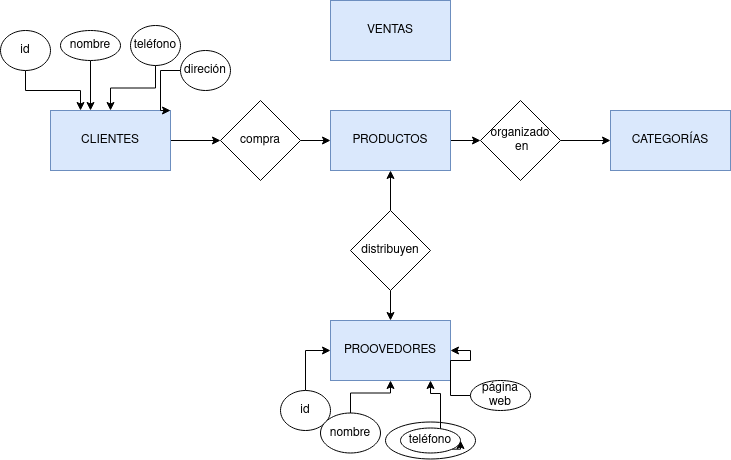
Earlier version of the draw.io export Unidad-1/Tareas/Tarea 1/Diagrama sin título.drawio.png (YoooKai/Base-de-Datos). Source tidied: cells renumbered, new cells last; positions are measured from the earlier drawing's top-left corner, leaving out a move shared by most shapes. The source it was exported from:
```xml
<mxGraphModel>
  <root>
    <mxCell id="0" />
    <mxCell id="1" parent="0" />
    <mxCell id="2" style="ellipse;whiteSpace=wrap;html=1;" parent="1" vertex="1">
      <mxGeometry x="385" y="421.5" width="90" height="37" as="geometry" />
    </mxCell>
    <mxCell id="3" style="edgeStyle=orthogonalEdgeStyle;rounded=0;jettySize=auto;html=1;" parent="1" edge="1" source="4" target="7">
      <mxGeometry relative="1" as="geometry" />
    </mxCell>
    <mxCell id="4" value="PRODUCTOS" style="rounded=0;whiteSpace=wrap;html=1;fillColor=#dae8fc;strokeColor=#6c8ebf;" parent="1" vertex="1">
      <mxGeometry x="330" y="110" width="120" height="60" as="geometry" />
    </mxCell>
    <mxCell id="5" value="VENTAS" style="rounded=0;whiteSpace=wrap;html=1;fillColor=#dae8fc;strokeColor=#6c8ebf;" parent="1" vertex="1">
      <mxGeometry x="330" width="120" height="60" as="geometry" />
    </mxCell>
    <mxCell id="6" style="edgeStyle=orthogonalEdgeStyle;rounded=0;jettySize=auto;html=1;" parent="1" edge="1" source="7" target="8">
      <mxGeometry relative="1" as="geometry" />
    </mxCell>
    <mxCell id="7" value="&lt;div&gt;organizado&lt;/div&gt;&lt;div&gt;&amp;nbsp;en&lt;/div&gt;" style="rhombus;whiteSpace=wrap;html=1;" parent="1" vertex="1">
      <mxGeometry x="480" y="100" width="80" height="80" as="geometry" />
    </mxCell>
    <mxCell id="8" value="CATEGORÍAS" style="rounded=0;whiteSpace=wrap;html=1;fillColor=#dae8fc;strokeColor=#6c8ebf;" parent="1" vertex="1">
      <mxGeometry x="610" y="110" width="120" height="60" as="geometry" />
    </mxCell>
    <mxCell id="9" style="edgeStyle=orthogonalEdgeStyle;rounded=0;jettySize=auto;html=1;" parent="1" edge="1" source="11" target="4">
      <mxGeometry relative="1" as="geometry" />
    </mxCell>
    <mxCell id="10" style="edgeStyle=orthogonalEdgeStyle;rounded=0;jettySize=auto;html=1;" parent="1" edge="1" source="11" target="12">
      <mxGeometry relative="1" as="geometry" />
    </mxCell>
    <mxCell id="11" value="distribuyen" style="rhombus;whiteSpace=wrap;html=1;" parent="1" vertex="1">
      <mxGeometry x="350" y="210" width="80" height="80" as="geometry" />
    </mxCell>
    <mxCell id="12" value="PROOVEDORES" style="rounded=0;whiteSpace=wrap;html=1;fillColor=#dae8fc;strokeColor=#6c8ebf;" parent="1" vertex="1">
      <mxGeometry x="330" y="320" width="120" height="60" as="geometry" />
    </mxCell>
    <mxCell id="13" style="edgeStyle=orthogonalEdgeStyle;rounded=0;jettySize=auto;html=1;" parent="1" edge="1" source="14" target="16">
      <mxGeometry relative="1" as="geometry" />
    </mxCell>
    <mxCell id="14" value="CLIENTES" style="rounded=0;whiteSpace=wrap;html=1;fillColor=#dae8fc;strokeColor=#6c8ebf;" parent="1" vertex="1">
      <mxGeometry x="50" y="110" width="120" height="60" as="geometry" />
    </mxCell>
    <mxCell id="15" style="edgeStyle=orthogonalEdgeStyle;rounded=0;jettySize=auto;html=1;" parent="1" edge="1" source="16" target="4">
      <mxGeometry relative="1" as="geometry" />
    </mxCell>
    <mxCell id="16" value="compra" style="rhombus;whiteSpace=wrap;html=1;" parent="1" vertex="1">
      <mxGeometry x="220" y="100" width="80" height="80" as="geometry" />
    </mxCell>
    <mxCell id="17" style="edgeStyle=orthogonalEdgeStyle;rounded=0;jettySize=auto;html=1;" parent="1" edge="1" source="18" target="14">
      <mxGeometry relative="1" as="geometry">
        <Array as="points">
          <mxPoint x="25" y="90" />
          <mxPoint x="80" y="90" />
        </Array>
      </mxGeometry>
    </mxCell>
    <mxCell id="18" value="id" style="ellipse;whiteSpace=wrap;html=1;" parent="1" vertex="1">
      <mxGeometry y="30" width="50" height="40" as="geometry" />
    </mxCell>
    <mxCell id="19" style="edgeStyle=orthogonalEdgeStyle;rounded=0;jettySize=auto;html=1;" parent="1" edge="1" source="20" target="14">
      <mxGeometry relative="1" as="geometry">
        <Array as="points">
          <mxPoint x="100" y="120" />
          <mxPoint x="100" y="120" />
        </Array>
      </mxGeometry>
    </mxCell>
    <mxCell id="20" value="nombre" style="ellipse;whiteSpace=wrap;html=1;" parent="1" vertex="1">
      <mxGeometry x="60" y="30" width="60" height="30" as="geometry" />
    </mxCell>
    <mxCell id="21" style="edgeStyle=orthogonalEdgeStyle;rounded=0;jettySize=auto;html=1;entryX=1;entryY=0;entryDx=0;entryDy=0;" parent="1" edge="1" source="22" target="14">
      <mxGeometry relative="1" as="geometry" />
    </mxCell>
    <mxCell id="22" value="direción" style="ellipse;whiteSpace=wrap;html=1;" parent="1" vertex="1">
      <mxGeometry x="180" y="50" width="50" height="40" as="geometry" />
    </mxCell>
    <mxCell id="23" style="edgeStyle=orthogonalEdgeStyle;rounded=0;jettySize=auto;html=1;" parent="1" edge="1" source="24" target="14">
      <mxGeometry relative="1" as="geometry" />
    </mxCell>
    <mxCell id="24" value="teléfono" style="ellipse;whiteSpace=wrap;html=1;" parent="1" vertex="1">
      <mxGeometry x="130" y="25" width="50" height="40" as="geometry" />
    </mxCell>
    <mxCell id="25" style="edgeStyle=orthogonalEdgeStyle;rounded=0;jettySize=auto;html=1;entryX=0;entryY=0.5;entryDx=0;entryDy=0;" parent="1" edge="1" source="26" target="12">
      <mxGeometry relative="1" as="geometry" />
    </mxCell>
    <mxCell id="26" value="id" style="ellipse;whiteSpace=wrap;html=1;" parent="1" vertex="1">
      <mxGeometry x="280" y="390" width="50" height="40" as="geometry" />
    </mxCell>
    <mxCell id="27" style="edgeStyle=orthogonalEdgeStyle;rounded=0;jettySize=auto;html=1;" parent="1" edge="1" source="28" target="12">
      <mxGeometry relative="1" as="geometry" />
    </mxCell>
    <mxCell id="28" value="nombre" style="ellipse;whiteSpace=wrap;html=1;" parent="1" vertex="1">
      <mxGeometry x="320" y="412.5" width="60" height="40" as="geometry" />
    </mxCell>
    <mxCell id="29" style="edgeStyle=orthogonalEdgeStyle;rounded=0;jettySize=auto;html=1;exitX=1;exitY=1;exitDx=0;exitDy=0;" parent="1" edge="1" source="31">
      <mxGeometry relative="1" as="geometry">
        <mxPoint x="460" y="440" as="targetPoint" />
      </mxGeometry>
    </mxCell>
    <mxCell id="30" style="edgeStyle=orthogonalEdgeStyle;rounded=0;jettySize=auto;html=1;" parent="1" edge="1" source="31" target="12">
      <mxGeometry relative="1" as="geometry">
        <Array as="points">
          <mxPoint x="440" y="393" />
          <mxPoint x="430" y="393" />
        </Array>
      </mxGeometry>
    </mxCell>
    <mxCell id="31" value="teléfono" style="ellipse;whiteSpace=wrap;html=1;" parent="1" vertex="1">
      <mxGeometry x="400" y="427.5" width="60" height="25" as="geometry" />
    </mxCell>
    <mxCell id="32" style="edgeStyle=orthogonalEdgeStyle;rounded=0;jettySize=auto;html=1;" parent="1" edge="1" source="33" target="12">
      <mxGeometry relative="1" as="geometry" />
    </mxCell>
    <mxCell id="33" value="página web" style="ellipse;whiteSpace=wrap;html=1;" parent="1" vertex="1">
      <mxGeometry x="470" y="380" width="60" height="30" as="geometry" />
    </mxCell>
  </root>
</mxGraphModel>
```
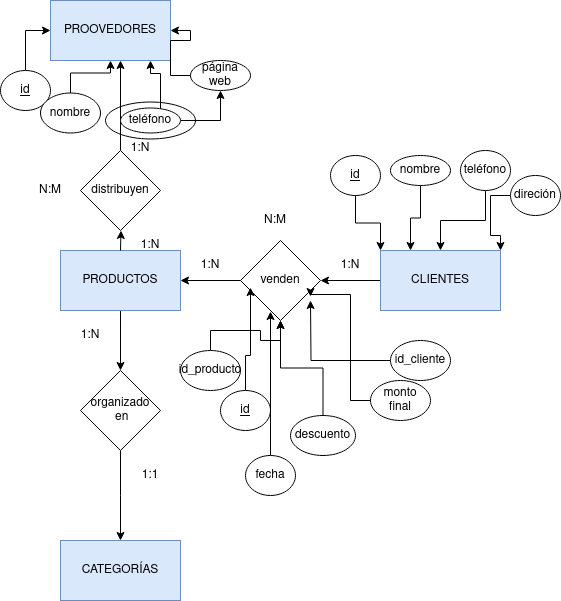
After the commit.

Change to the diagram source:
```diff
@@ -3,117 +3,176 @@
     <mxCell id="0" />
     <mxCell id="1" parent="0" />
     <mxCell id="2" style="ellipse;whiteSpace=wrap;html=1;" parent="1" vertex="1">
-      <mxGeometry x="385" y="421.5" width="90" height="37" as="geometry" />
+      <mxGeometry x="205" y="181.5" width="90" height="37" as="geometry" />
     </mxCell>
     <mxCell id="3" style="edgeStyle=orthogonalEdgeStyle;rounded=0;jettySize=auto;html=1;" parent="1" edge="1" source="4" target="7">
       <mxGeometry relative="1" as="geometry" />
     </mxCell>
     <mxCell id="4" value="PRODUCTOS" style="rounded=0;whiteSpace=wrap;html=1;fillColor=#dae8fc;strokeColor=#6c8ebf;" parent="1" vertex="1">
-      <mxGeometry x="330" y="110" width="120" height="60" as="geometry" />
+      <mxGeometry x="160" y="330" width="120" height="60" as="geometry" />
     </mxCell>
-    <mxCell id="5" value="VENTAS" style="rounded=0;whiteSpace=wrap;html=1;fillColor=#dae8fc;strokeColor=#6c8ebf;" parent="1" vertex="1">
-      <mxGeometry x="330" width="120" height="60" as="geometry" />
-    </mxCell>
-    <mxCell id="6" style="edgeStyle=orthogonalEdgeStyle;rounded=0;jettySize=auto;html=1;" parent="1" edge="1" source="7" target="8">
-      <mxGeometry relative="1" as="geometry" />
-    </mxCell>
+    <mxCell id="34" style="edgeStyle=orthogonalEdgeStyle;rounded=0;jettySize=auto;html=1;" parent="1" edge="1" source="7">
+      <mxGeometry relative="1" as="geometry">
+        <mxPoint x="220" y="620" as="targetPoint" />
+      </mxGeometry>
+    </mxCell>
     <mxCell id="7" value="&lt;div&gt;organizado&lt;/div&gt;&lt;div&gt;&amp;nbsp;en&lt;/div&gt;" style="rhombus;whiteSpace=wrap;html=1;" parent="1" vertex="1">
-      <mxGeometry x="480" y="100" width="80" height="80" as="geometry" />
+      <mxGeometry x="180" y="450" width="80" height="80" as="geometry" />
     </mxCell>
-    <mxCell id="8" value="CATEGORÍAS" style="rounded=0;whiteSpace=wrap;html=1;fillColor=#dae8fc;strokeColor=#6c8ebf;" parent="1" vertex="1">
-      <mxGeometry x="610" y="110" width="120" height="60" as="geometry" />
-    </mxCell>
-    <mxCell id="9" style="edgeStyle=orthogonalEdgeStyle;rounded=0;jettySize=auto;html=1;" parent="1" edge="1" source="11" target="4">
-      <mxGeometry relative="1" as="geometry" />
-    </mxCell>
-    <mxCell id="10" style="edgeStyle=orthogonalEdgeStyle;rounded=0;jettySize=auto;html=1;" parent="1" edge="1" source="11" target="12">
-      <mxGeometry relative="1" as="geometry" />
+    <mxCell id="10" style="edgeStyle=orthogonalEdgeStyle;rounded=0;jettySize=auto;html=1;" parent="1" edge="1" source="11">
+      <mxGeometry relative="1" as="geometry">
+        <mxPoint x="220" y="140" as="targetPoint" />
+      </mxGeometry>
     </mxCell>
-    <mxCell id="11" value="distribuyen" style="rhombus;whiteSpace=wrap;html=1;" parent="1" vertex="1">
-      <mxGeometry x="350" y="210" width="80" height="80" as="geometry" />
-    </mxCell>
     <mxCell id="12" value="PROOVEDORES" style="rounded=0;whiteSpace=wrap;html=1;fillColor=#dae8fc;strokeColor=#6c8ebf;" parent="1" vertex="1">
-      <mxGeometry x="330" y="320" width="120" height="60" as="geometry" />
+      <mxGeometry x="150" y="80" width="120" height="60" as="geometry" />
     </mxCell>
     <mxCell id="13" style="edgeStyle=orthogonalEdgeStyle;rounded=0;jettySize=auto;html=1;" parent="1" edge="1" source="14" target="16">
       <mxGeometry relative="1" as="geometry" />
     </mxCell>
     <mxCell id="14" value="CLIENTES" style="rounded=0;whiteSpace=wrap;html=1;fillColor=#dae8fc;strokeColor=#6c8ebf;" parent="1" vertex="1">
-      <mxGeometry x="50" y="110" width="120" height="60" as="geometry" />
+      <mxGeometry x="480" y="330" width="120" height="60" as="geometry" />
     </mxCell>
     <mxCell id="15" style="edgeStyle=orthogonalEdgeStyle;rounded=0;jettySize=auto;html=1;" parent="1" edge="1" source="16" target="4">
       <mxGeometry relative="1" as="geometry" />
     </mxCell>
-    <mxCell id="16" value="compra" style="rhombus;whiteSpace=wrap;html=1;" parent="1" vertex="1">
-      <mxGeometry x="220" y="100" width="80" height="80" as="geometry" />
+    <mxCell id="16" value="venden" style="rhombus;whiteSpace=wrap;html=1;" parent="1" vertex="1">
+      <mxGeometry x="340" y="320" width="80" height="80" as="geometry" />
     </mxCell>
-    <mxCell id="17" style="edgeStyle=orthogonalEdgeStyle;rounded=0;jettySize=auto;html=1;" parent="1" edge="1" source="18" target="14">
-      <mxGeometry relative="1" as="geometry">
-        <Array as="points">
-          <mxPoint x="25" y="90" />
-          <mxPoint x="80" y="90" />
-        </Array>
-      </mxGeometry>
+    <mxCell id="17" style="edgeStyle=orthogonalEdgeStyle;rounded=0;jettySize=auto;html=1;entryX=0;entryY=0;entryDx=0;entryDy=0;" parent="1" edge="1" source="18" target="14">
+      <mxGeometry relative="1" as="geometry" />
     </mxCell>
-    <mxCell id="18" value="id" style="ellipse;whiteSpace=wrap;html=1;" parent="1" vertex="1">
-      <mxGeometry y="30" width="50" height="40" as="geometry" />
+    <mxCell id="18" value="&lt;u&gt;id&lt;/u&gt;" style="ellipse;whiteSpace=wrap;html=1;" parent="1" vertex="1">
+      <mxGeometry x="430" y="235" width="50" height="40" as="geometry" />
     </mxCell>
-    <mxCell id="19" style="edgeStyle=orthogonalEdgeStyle;rounded=0;jettySize=auto;html=1;" parent="1" edge="1" source="20" target="14">
-      <mxGeometry relative="1" as="geometry">
-        <Array as="points">
-          <mxPoint x="100" y="120" />
-          <mxPoint x="100" y="120" />
-        </Array>
-      </mxGeometry>
+    <mxCell id="19" style="edgeStyle=orthogonalEdgeStyle;rounded=0;jettySize=auto;html=1;entryX=0.25;entryY=0;entryDx=0;entryDy=0;" parent="1" edge="1" source="20" target="14">
+      <mxGeometry relative="1" as="geometry" />
     </mxCell>
     <mxCell id="20" value="nombre" style="ellipse;whiteSpace=wrap;html=1;" parent="1" vertex="1">
-      <mxGeometry x="60" y="30" width="60" height="30" as="geometry" />
+      <mxGeometry x="490" y="235" width="60" height="30" as="geometry" />
     </mxCell>
     <mxCell id="21" style="edgeStyle=orthogonalEdgeStyle;rounded=0;jettySize=auto;html=1;entryX=1;entryY=0;entryDx=0;entryDy=0;" parent="1" edge="1" source="22" target="14">
       <mxGeometry relative="1" as="geometry" />
     </mxCell>
     <mxCell id="22" value="direción" style="ellipse;whiteSpace=wrap;html=1;" parent="1" vertex="1">
-      <mxGeometry x="180" y="50" width="50" height="40" as="geometry" />
+      <mxGeometry x="610" y="255" width="50" height="40" as="geometry" />
     </mxCell>
     <mxCell id="23" style="edgeStyle=orthogonalEdgeStyle;rounded=0;jettySize=auto;html=1;" parent="1" edge="1" source="24" target="14">
       <mxGeometry relative="1" as="geometry" />
     </mxCell>
     <mxCell id="24" value="teléfono" style="ellipse;whiteSpace=wrap;html=1;" parent="1" vertex="1">
-      <mxGeometry x="130" y="25" width="50" height="40" as="geometry" />
+      <mxGeometry x="560" y="230" width="50" height="40" as="geometry" />
     </mxCell>
     <mxCell id="25" style="edgeStyle=orthogonalEdgeStyle;rounded=0;jettySize=auto;html=1;entryX=0;entryY=0.5;entryDx=0;entryDy=0;" parent="1" edge="1" source="26" target="12">
       <mxGeometry relative="1" as="geometry" />
     </mxCell>
-    <mxCell id="26" value="id" style="ellipse;whiteSpace=wrap;html=1;" parent="1" vertex="1">
-      <mxGeometry x="280" y="390" width="50" height="40" as="geometry" />
+    <mxCell id="26" value="&lt;u&gt;id&lt;/u&gt;" style="ellipse;whiteSpace=wrap;html=1;" parent="1" vertex="1">
+      <mxGeometry x="100" y="150" width="50" height="40" as="geometry" />
     </mxCell>
     <mxCell id="27" style="edgeStyle=orthogonalEdgeStyle;rounded=0;jettySize=auto;html=1;" parent="1" edge="1" source="28" target="12">
       <mxGeometry relative="1" as="geometry" />
     </mxCell>
     <mxCell id="28" value="nombre" style="ellipse;whiteSpace=wrap;html=1;" parent="1" vertex="1">
-      <mxGeometry x="320" y="412.5" width="60" height="40" as="geometry" />
+      <mxGeometry x="140" y="172.5" width="60" height="40" as="geometry" />
     </mxCell>
-    <mxCell id="29" style="edgeStyle=orthogonalEdgeStyle;rounded=0;jettySize=auto;html=1;exitX=1;exitY=1;exitDx=0;exitDy=0;" parent="1" edge="1" source="31">
-      <mxGeometry relative="1" as="geometry">
-        <mxPoint x="460" y="440" as="targetPoint" />
-      </mxGeometry>
-    </mxCell>
     <mxCell id="30" style="edgeStyle=orthogonalEdgeStyle;rounded=0;jettySize=auto;html=1;" parent="1" edge="1" source="31" target="12">
       <mxGeometry relative="1" as="geometry">
         <Array as="points">
-          <mxPoint x="440" y="393" />
-          <mxPoint x="430" y="393" />
+          <mxPoint x="260" y="153" />
+          <mxPoint x="250" y="153" />
         </Array>
       </mxGeometry>
     </mxCell>
+    <mxCell id="35" style="edgeStyle=orthogonalEdgeStyle;rounded=0;jettySize=auto;html=1;" parent="1" edge="1" source="31" target="33">
+      <mxGeometry relative="1" as="geometry" />
+    </mxCell>
     <mxCell id="31" value="teléfono" style="ellipse;whiteSpace=wrap;html=1;" parent="1" vertex="1">
-      <mxGeometry x="400" y="427.5" width="60" height="25" as="geometry" />
+      <mxGeometry x="220" y="187.5" width="60" height="25" as="geometry" />
     </mxCell>
     <mxCell id="32" style="edgeStyle=orthogonalEdgeStyle;rounded=0;jettySize=auto;html=1;" parent="1" edge="1" source="33" target="12">
       <mxGeometry relative="1" as="geometry" />
     </mxCell>
     <mxCell id="33" value="página web" style="ellipse;whiteSpace=wrap;html=1;" parent="1" vertex="1">
-      <mxGeometry x="470" y="380" width="60" height="30" as="geometry" />
+      <mxGeometry x="290" y="140" width="60" height="30" as="geometry" />
     </mxCell>
+    <mxCell id="36" value="&lt;u&gt;id&lt;/u&gt;" style="ellipse;whiteSpace=wrap;html=1;" parent="1" vertex="1">
+      <mxGeometry x="320" y="470" width="50" height="40" as="geometry" />
+    </mxCell>
+    <mxCell id="37" value="fecha" style="ellipse;whiteSpace=wrap;html=1;" parent="1" vertex="1">
+      <mxGeometry x="345" y="535" width="50" height="40" as="geometry" />
+    </mxCell>
+    <mxCell id="38" style="edgeStyle=orthogonalEdgeStyle;rounded=0;jettySize=auto;html=1;" parent="1" edge="1" source="39" target="16">
+      <mxGeometry relative="1" as="geometry" />
+    </mxCell>
+    <mxCell id="39" value="descuento" style="ellipse;whiteSpace=wrap;html=1;" parent="1" vertex="1">
+      <mxGeometry x="390" y="495" width="65" height="40" as="geometry" />
+    </mxCell>
+    <mxCell id="40" value="monto final" style="ellipse;whiteSpace=wrap;html=1;" parent="1" vertex="1">
+      <mxGeometry x="470" y="460" width="60" height="40" as="geometry" />
+    </mxCell>
+    <mxCell id="8" value="CATEGORÍAS" style="rounded=0;whiteSpace=wrap;html=1;fillColor=#dae8fc;strokeColor=#6c8ebf;" parent="1" vertex="1">
+      <mxGeometry x="160" y="620" width="120" height="60" as="geometry" />
+    </mxCell>
+    <mxCell id="41" style="edgeStyle=orthogonalEdgeStyle;rounded=0;jettySize=auto;html=1;" parent="1" edge="1" target="11">
+      <mxGeometry relative="1" as="geometry">
+        <mxPoint x="220" y="330" as="sourcePoint" />
+      </mxGeometry>
+    </mxCell>
+    <mxCell id="11" value="distribuyen" style="rhombus;whiteSpace=wrap;html=1;" parent="1" vertex="1">
+      <mxGeometry x="180" y="230" width="80" height="80" as="geometry" />
+    </mxCell>
+    <mxCell id="42" style="edgeStyle=orthogonalEdgeStyle;rounded=0;jettySize=auto;html=1;entryX=0.125;entryY=0.588;entryDx=0;entryDy=0;entryPerimeter=0;" parent="1" edge="1" source="36" target="16">
+      <mxGeometry relative="1" as="geometry" />
+    </mxCell>
+    <mxCell id="43" style="edgeStyle=orthogonalEdgeStyle;rounded=0;jettySize=auto;html=1;entryX=0.375;entryY=0.888;entryDx=0;entryDy=0;entryPerimeter=0;" parent="1" edge="1" source="37" target="16">
+      <mxGeometry relative="1" as="geometry" />
+    </mxCell>
+    <mxCell id="44" style="edgeStyle=orthogonalEdgeStyle;rounded=0;jettySize=auto;html=1;entryX=0.875;entryY=0.7;entryDx=0;entryDy=0;entryPerimeter=0;" parent="1" edge="1" source="40" target="16">
+      <mxGeometry relative="1" as="geometry">
+        <Array as="points">
+          <mxPoint x="450" y="480" />
+          <mxPoint x="450" y="374" />
+          <mxPoint x="410" y="374" />
+        </Array>
+      </mxGeometry>
+    </mxCell>
+    <mxCell id="45" value="1:N" style="text;html=1;strokeColor=none;fillColor=none;align=center;verticalAlign=middle;whiteSpace=wrap;rounded=0;" parent="1" vertex="1">
+      <mxGeometry x="420" y="330" width="60" height="30" as="geometry" />
+    </mxCell>
+    <mxCell id="46" value="1:N" style="text;html=1;strokeColor=none;fillColor=none;align=center;verticalAlign=middle;whiteSpace=wrap;rounded=0;" parent="1" vertex="1">
+      <mxGeometry x="280" y="330" width="60" height="30" as="geometry" />
+    </mxCell>
+    <mxCell id="47" value="1:1" style="text;html=1;strokeColor=none;fillColor=none;align=center;verticalAlign=middle;whiteSpace=wrap;rounded=0;" parent="1" vertex="1">
+      <mxGeometry x="220" y="540" width="60" height="30" as="geometry" />
+    </mxCell>
+    <mxCell id="48" value="N:M" style="text;html=1;strokeColor=none;fillColor=none;align=center;verticalAlign=middle;whiteSpace=wrap;rounded=0;" parent="1" vertex="1">
+      <mxGeometry x="120" y="255" width="60" height="30" as="geometry" />
+    </mxCell>
+    <mxCell id="49" value="1:N" style="text;html=1;strokeColor=none;fillColor=none;align=center;verticalAlign=middle;whiteSpace=wrap;rounded=0;" parent="1" vertex="1">
+      <mxGeometry x="220" y="310" width="60" height="30" as="geometry" />
+    </mxCell>
+    <mxCell id="50" value="1:N" style="text;html=1;strokeColor=none;fillColor=none;align=center;verticalAlign=middle;whiteSpace=wrap;rounded=0;" parent="1" vertex="1">
+      <mxGeometry x="210" y="212.5" width="60" height="30" as="geometry" />
+    </mxCell>
+    <mxCell id="51" value="N:M" style="text;html=1;strokeColor=none;fillColor=none;align=center;verticalAlign=middle;whiteSpace=wrap;rounded=0;" parent="1" vertex="1">
+      <mxGeometry x="345" y="285" width="60" height="30" as="geometry" />
+    </mxCell>
+    <mxCell id="52" value="1:N" style="text;html=1;strokeColor=none;fillColor=none;align=center;verticalAlign=middle;whiteSpace=wrap;rounded=0;" parent="1" vertex="1">
+      <mxGeometry x="160" y="400" width="60" height="30" as="geometry" />
+    </mxCell>
+    <mxCell id="53" style="edgeStyle=orthogonalEdgeStyle;rounded=0;jettySize=auto;html=1;" parent="1" edge="1" source="54">
+      <mxGeometry relative="1" as="geometry">
+        <mxPoint x="410" y="380" as="targetPoint" />
+      </mxGeometry>
+    </mxCell>
+    <mxCell id="54" value="id_cliente" style="ellipse;whiteSpace=wrap;html=1;" parent="1" vertex="1">
+      <mxGeometry x="490" y="420" width="60" height="40" as="geometry" />
+    </mxCell>
+    <mxCell id="55" style="edgeStyle=orthogonalEdgeStyle;rounded=0;jettySize=auto;html=1;" parent="1" edge="1" source="56" target="16">
+      <mxGeometry relative="1" as="geometry" />
+    </mxCell>
+    <mxCell id="56" value="id_producto" style="ellipse;whiteSpace=wrap;html=1;" parent="1" vertex="1">
+      <mxGeometry x="280" y="430" width="60" height="40" as="geometry" />
+    </mxCell>
   </root>
 </mxGraphModel>
```
